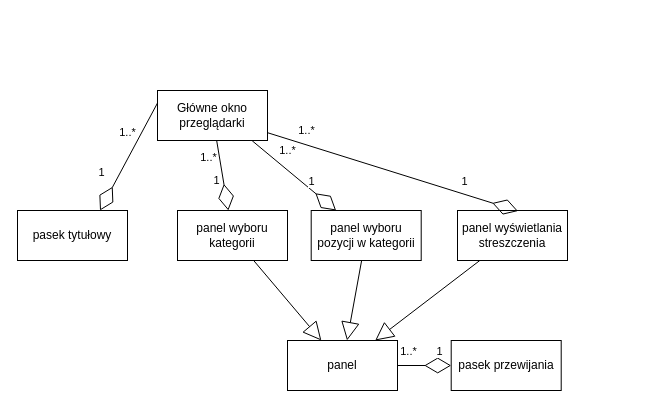
Earlier version of the draw.io diagram przegladarka.drawio (KacperJarosik/drow.io-scheme). Source tidied: cells renumbered, new cells numbered last; positions are measured from the earlier drawing's top-left corner, leaving out a move shared by most shapes. Both pictures are drawn from the tidied source at 100%, with x=0, y=0 at pixel (17, 90).
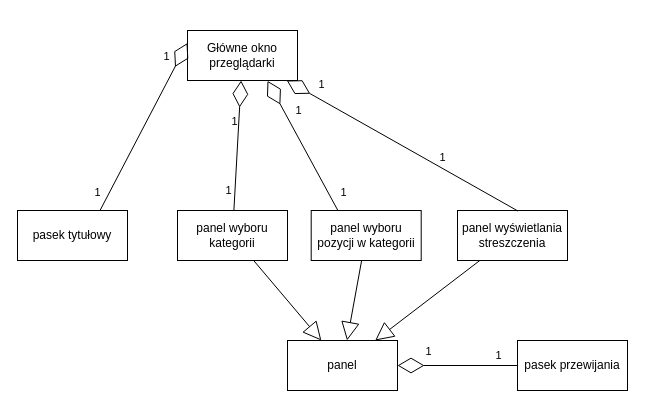
The same page after the edit.

Unchanged cells that the change refers to:
```xml
<mxCell id="3" value="pasek tytułowy" style="html=1;whiteSpace=wrap;" parent="1" vertex="1">
  <mxGeometry y="120" width="110" height="50" as="geometry" />
</mxCell>
<mxCell id="4" value="panel" style="html=1;whiteSpace=wrap;" parent="1" vertex="1">
  <mxGeometry x="270" y="250" width="110" height="50" as="geometry" />
</mxCell>
<mxCell id="8" value="panel wyboru kategorii" style="html=1;whiteSpace=wrap;" parent="1" vertex="1">
  <mxGeometry x="160" y="120" width="110" height="50" as="geometry" />
</mxCell>
<mxCell id="9" value="panel wyboru pozycji w kategorii" style="html=1;whiteSpace=wrap;" parent="1" vertex="1">
  <mxGeometry x="293.7" y="120" width="110" height="50" as="geometry" />
</mxCell>
<mxCell id="10" value="panel wyświetlania streszczenia" style="html=1;whiteSpace=wrap;" parent="1" vertex="1">
  <mxGeometry x="440" y="120" width="110" height="50" as="geometry" />
</mxCell>
```

The edit, as a diff of the source:
```diff
@@
     <mxCell id="2" value="Główne okno przeglądarki" style="html=1;whiteSpace=wrap;" parent="1" vertex="1">
-      <mxGeometry x="140" width="110" height="50" as="geometry" />
+      <mxGeometry x="170" y="-60" width="110" height="50" as="geometry" />
     </mxCell>
@@
-    <mxCell id="5" style="endArrow=diamondThin;endFill=0;endSize=24;html=1;rounded=0;entryX=0.75;entryY=0;entryDx=0;entryDy=0;exitX=0;exitY=0.25;exitDx=0;exitDy=0;" parent="1" edge="1" source="2" target="3">
+    <mxCell id="5" style="endArrow=diamondThin;endFill=0;endSize=24;html=1;rounded=0;entryX=0;entryY=0.25;entryDx=0;entryDy=0;exitX=0.75;exitY=0;exitDx=0;exitDy=0;" parent="1" edge="1" source="3" target="2">
       <mxGeometry relative="1" as="geometry" />
     </mxCell>
-    <mxCell id="6" value="1..*" style="edgeLabel;html=1;align=center;verticalAlign=middle;" parent="5" vertex="1">
+    <mxCell id="6" value="1" style="edgeLabel;html=1;align=center;verticalAlign=middle;" parent="5" vertex="1">
       <mxGeometry x="-0.48" y="3" relative="1" as="geometry">
-        <mxPoint x="-18" y="-1" as="offset" />
+        <mxPoint x="-23" y="26" as="offset" />
       </mxGeometry>
     </mxCell>
@@
     <mxCell id="14" value="pasek przewijania" style="html=1;whiteSpace=wrap;" parent="1" vertex="1">
-      <mxGeometry x="433.7" y="250" width="110" height="50" as="geometry" />
+      <mxGeometry x="500" y="250" width="110" height="50" as="geometry" />
     </mxCell>
-    <mxCell id="15" style="endArrow=diamondThin;endFill=0;endSize=24;html=1;rounded=0;entryX=0;entryY=0.5;entryDx=0;entryDy=0;" parent="1" edge="1" source="4" target="14">
+    <mxCell id="15" style="endArrow=diamondThin;endFill=0;endSize=24;html=1;rounded=0;exitX=0;exitY=0.5;exitDx=0;exitDy=0;" parent="1" edge="1" source="14" target="4">
       <mxGeometry relative="1" as="geometry" />
     </mxCell>
     <mxCell id="16" value="1" style="edgeLabel;html=1;align=center;verticalAlign=middle;" parent="15" vertex="1">
       <mxGeometry x="0.33" y="-2" relative="1" as="geometry">
-        <mxPoint x="5" y="-17" as="offset" />
+        <mxPoint x="-10" y="-13" as="offset" />
       </mxGeometry>
     </mxCell>
-    <mxCell id="17" value="1..*" style="edgeLabel;html=1;align=center;verticalAlign=middle;" parent="15" vertex="1">
+    <mxCell id="17" value="1" style="edgeLabel;html=1;align=center;verticalAlign=middle;" parent="15" vertex="1">
       <mxGeometry x="-0.41" y="2" relative="1" as="geometry">
-        <mxPoint x="-6" y="-13" as="offset" />
+        <mxPoint x="15" y="-13" as="offset" />
       </mxGeometry>
     </mxCell>
-    <mxCell id="18" style="endArrow=diamondThin;endFill=0;endSize=24;html=1;rounded=0;" parent="1" edge="1" source="2" target="8">
+    <mxCell id="18" style="endArrow=diamondThin;endFill=0;endSize=24;html=1;rounded=0;" parent="1" edge="1" source="8" target="2">
       <mxGeometry relative="1" as="geometry" />
     </mxCell>
-    <mxCell id="19" value="1..*" style="edgeLabel;html=1;align=center;verticalAlign=middle;" parent="18" vertex="1">
+    <mxCell id="19" value="1" style="edgeLabel;html=1;align=center;verticalAlign=middle;" parent="18" vertex="1">
       <mxGeometry x="-0.48" y="3" relative="1" as="geometry">
-        <mxPoint x="-15" y="-1" as="offset" />
+        <mxPoint x="-5" y="14" as="offset" />
       </mxGeometry>
     </mxCell>
     <mxCell id="20" value="1" style="edgeLabel;html=1;align=center;verticalAlign=middle;" parent="18" vertex="1">
       <mxGeometry x="0.64" y="-2" relative="1" as="geometry">
-        <mxPoint x="-8" y="-18" as="offset" />
+        <mxPoint x="-8" y="17" as="offset" />
       </mxGeometry>
     </mxCell>
-    <mxCell id="21" style="endArrow=diamondThin;endFill=0;endSize=24;html=1;rounded=0;exitX=0.861;exitY=1.006;exitDx=0;exitDy=0;exitPerimeter=0;" parent="1" edge="1" source="2" target="9">
-      <mxGeometry relative="1" as="geometry" />
+    <mxCell id="21" style="endArrow=diamondThin;endFill=0;endSize=24;html=1;rounded=0;entryX=0.861;entryY=1.006;entryDx=0;entryDy=0;entryPerimeter=0;" parent="1" edge="1">
+      <mxGeometry relative="1" as="geometry">
+        <mxPoint x="320.4" y="120" as="sourcePoint" />
+        <mxPoint x="250" y="-9.7" as="targetPoint" />
+      </mxGeometry>
     </mxCell>
-    <mxCell id="22" value="1..*" style="edgeLabel;html=1;align=center;verticalAlign=middle;" parent="21" vertex="1">
+    <mxCell id="22" value="1" style="edgeLabel;html=1;align=center;verticalAlign=middle;" parent="21" vertex="1">
       <mxGeometry x="-0.48" y="3" relative="1" as="geometry">
-        <mxPoint x="11" y="-6" as="offset" />
+        <mxPoint x="26" y="13" as="offset" />
       </mxGeometry>
     </mxCell>
     <mxCell id="23" value="1" style="edgeLabel;html=1;align=center;verticalAlign=middle;" parent="21" vertex="1">
       <mxGeometry x="0.64" y="-2" relative="1" as="geometry">
-        <mxPoint x="-8" y="-18" as="offset" />
+        <mxPoint x="16" y="7" as="offset" />
       </mxGeometry>
     </mxCell>
-    <mxCell id="24" style="endArrow=diamondThin;endFill=0;endSize=24;html=1;rounded=0;entryX=0.55;entryY=0.011;entryDx=0;entryDy=0;entryPerimeter=0;" parent="1" edge="1" source="2" target="10">
+    <mxCell id="24" style="endArrow=diamondThin;endFill=0;endSize=24;html=1;rounded=0;exitX=0.55;exitY=0.011;exitDx=0;exitDy=0;exitPerimeter=0;" parent="1" edge="1" source="10" target="2">
       <mxGeometry relative="1" as="geometry" />
     </mxCell>
-    <mxCell id="25" value="1..*" style="edgeLabel;html=1;align=center;verticalAlign=middle;" parent="24" vertex="1">
+    <mxCell id="25" value="1" style="edgeLabel;html=1;align=center;verticalAlign=middle;" parent="24" vertex="1">
       <mxGeometry x="-0.48" y="3" relative="1" as="geometry">
-        <mxPoint x="-27" y="-20" as="offset" />
+        <mxPoint x="-14" y="-23" as="offset" />
       </mxGeometry>
     </mxCell>
```
